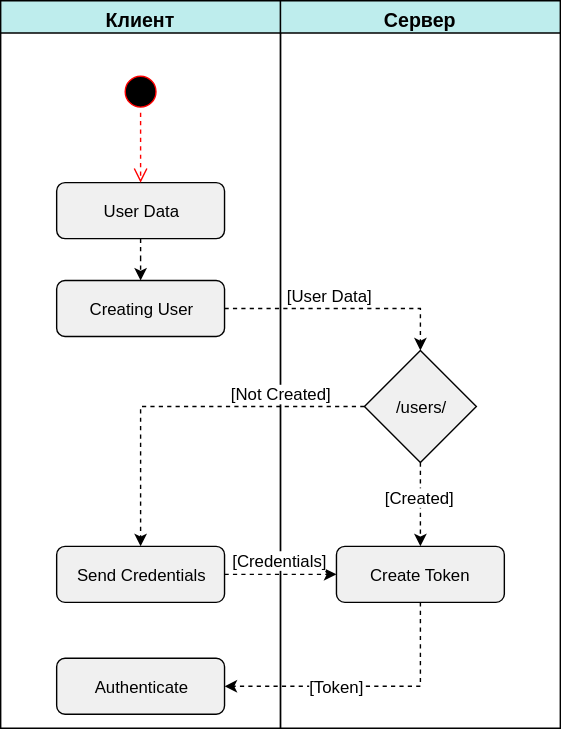
Before: partner-authentication.svg, a diagram exported from draw.io (ajile/draw-io). Source tidied: cells renumbered, new cells last; positions are measured from the earlier drawing's top-left corner, leaving out a move shared by most shapes.
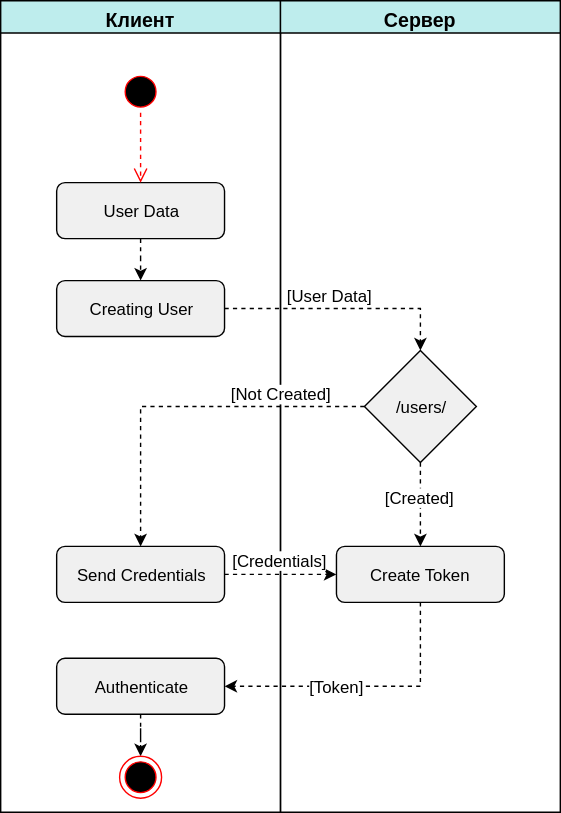
After the commit.

What changed in the source:
```diff
@@ -3,7 +3,7 @@
     <mxCell id="0" />
     <mxCell id="1" parent="0" />
     <mxCell id="2" value="Клиент" style="swimlane;whiteSpace=wrap;html=1;fillColor=#BEEDED;fontSize=14;align=center;" parent="1" vertex="1">
-      <mxGeometry width="200" height="520" as="geometry" />
+      <mxGeometry width="200" height="580" as="geometry" />
     </mxCell>
     <mxCell id="3" style="ellipse;html=1;shape=startState;fillColor=#000000;strokeColor=#ff0000;fontSize=18;align=center;" parent="2" vertex="1">
       <mxGeometry x="85" y="50" width="30" height="30" as="geometry" />
@@ -23,11 +23,17 @@
     <mxCell id="8" value="Send Credentials" style="rounded=1;whiteSpace=wrap;html=1;fillColor=#F0F0F0;fontSize=12;align=center;" parent="2" vertex="1">
       <mxGeometry x="40" y="390" width="120" height="40" as="geometry" />
     </mxCell>
+    <mxCell id="22" style="edgeStyle=orthogonalEdgeStyle;rounded=0;html=1;dashed=1;endArrow=classic;endFill=1;endSize=6;jettySize=auto;fontSize=14;" parent="2" edge="1" source="9" target="23">
+      <mxGeometry relative="1" as="geometry" />
+    </mxCell>
     <mxCell id="9" value="Authenticate" style="rounded=1;whiteSpace=wrap;html=1;fillColor=#F0F0F0;fontSize=12;align=center;" parent="2" vertex="1">
       <mxGeometry x="40" y="470" width="120" height="40" as="geometry" />
     </mxCell>
+    <mxCell id="23" style="ellipse;html=1;shape=endState;fillColor=#000000;strokeColor=#ff0000;fontSize=14;align=center;" parent="2" vertex="1">
+      <mxGeometry x="85" y="540" width="30" height="30" as="geometry" />
+    </mxCell>
     <mxCell id="10" value="Сервер" style="swimlane;whiteSpace=wrap;html=1;fillColor=#BEEDED;fontSize=14;align=center;" parent="1" vertex="1">
-      <mxGeometry x="200" width="200" height="520" as="geometry" />
+      <mxGeometry x="200" width="200" height="580" as="geometry" />
     </mxCell>
     <mxCell id="11" value="/users/" style="rhombus;whiteSpace=wrap;html=1;fillColor=#F0F0F0;fontSize=12;align=center;" parent="10" vertex="1">
       <mxGeometry x="60" y="250" width="80" height="80" as="geometry" />
```
